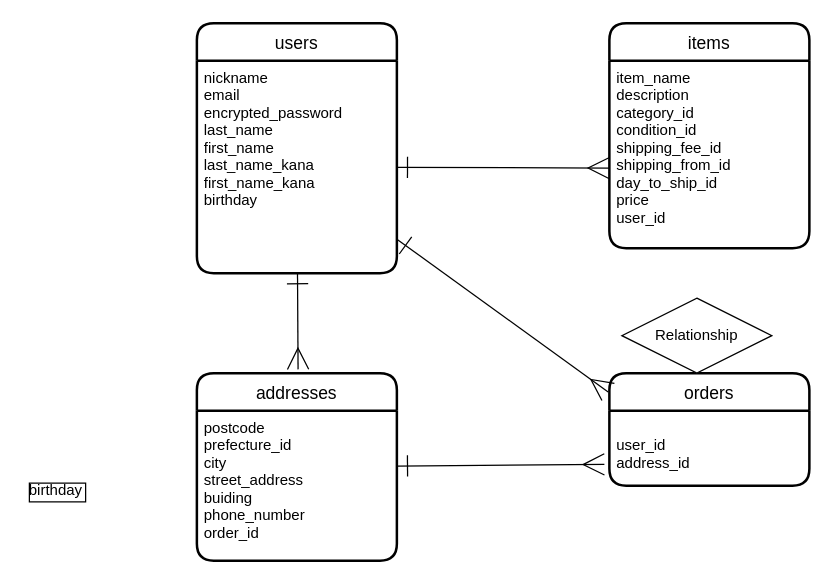
The draw.io diagram ER.dio in mayachacha/furima-39670, before the edit. Source tidied: cells renumbered, new cells numbered last; positions are measured from the earlier drawing's top-left corner, leaving out a move shared by most shapes. Both pictures are drawn from the tidied source at 125%, with x=0, y=0 at pixel (21, 22).
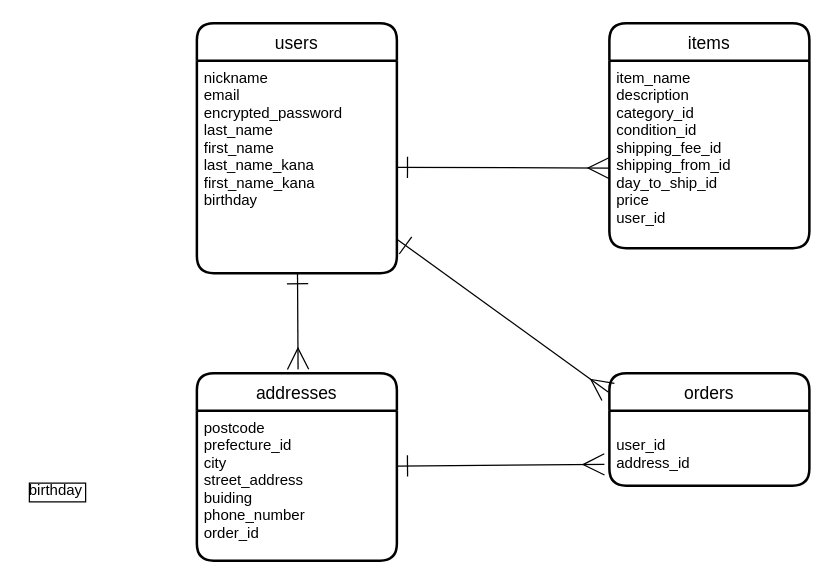
Above is the later version.

Commit message:
データベース設計

Diff of the diagram source:
```diff
@@
 <mxGraphModel>
   <root>
     <mxCell id="0" />
     <mxCell id="1" parent="0" />
     <mxCell id="2" value="birthday" style="text;strokeColor=none;fillColor=none;spacingLeft=4;spacingRight=4;overflow=hidden;fontSize=12;labelBorderColor=default;" parent="1" vertex="1">
       <mxGeometry y="360" width="140" height="30" as="geometry" />
     </mxCell>
     <mxCell id="3" value="users" style="swimlane;horizontal=1;startSize=30;rounded=1;fontSize=14;fontStyle=0;strokeWidth=2;shadow=0;dashed=0;align=center;" parent="1" vertex="1">
       <mxGeometry x="140" width="160" height="200" as="geometry" />
     </mxCell>
     <mxCell id="4" value="nickname&#10;email&#10;encrypted_password&#10;last_name&#10;first_name&#10;last_name_kana&#10;first_name_kana&#10;birthday&#10;" style="align=left;strokeColor=none;fillColor=none;spacingLeft=4;fontSize=12;verticalAlign=top;" parent="3" vertex="1">
       <mxGeometry y="30" width="160" height="170" as="geometry" />
     </mxCell>
     <mxCell id="5" style="edgeStyle=none;html=1;entryX=-0.025;entryY=0.717;entryDx=0;entryDy=0;entryPerimeter=0;startArrow=ERone;startFill=0;endArrow=ERmany;endFill=0;startSize=15;endSize=15;" parent="1" edge="1" source="6" target="9">
       <mxGeometry relative="1" as="geometry" />
     </mxCell>
     <mxCell id="6" value="addresses" style="swimlane;horizontal=1;startSize=30;rounded=1;fontSize=14;fontStyle=0;strokeWidth=2;shadow=0;dashed=0;align=center;" parent="1" vertex="1">
       <mxGeometry x="140" y="280" width="160" height="150" as="geometry" />
     </mxCell>
     <mxCell id="7" value="postcode&#10;prefecture_id&#10;city&#10;street_address&#10;buiding&#10;phone_number&#10;order_id" style="align=left;strokeColor=none;fillColor=none;spacingLeft=4;fontSize=12;verticalAlign=top;" parent="6" vertex="1">
       <mxGeometry y="30" width="160" height="120" as="geometry" />
     </mxCell>
     <mxCell id="8" value="orders" style="swimlane;horizontal=1;startSize=30;rounded=1;fontSize=14;fontStyle=0;strokeWidth=2;shadow=0;dashed=0;align=center;" parent="1" vertex="1">
       <mxGeometry x="470" y="280" width="160" height="90" as="geometry" />
     </mxCell>
     <mxCell id="9" value="&#10;user_id&#10;address_id" style="align=left;strokeColor=none;fillColor=none;spacingLeft=4;fontSize=12;verticalAlign=top;" parent="8" vertex="1">
       <mxGeometry y="30" width="160" height="60" as="geometry" />
     </mxCell>
     <mxCell id="10" value="items" style="swimlane;horizontal=1;startSize=30;rounded=1;fontSize=14;fontStyle=0;strokeWidth=2;shadow=0;dashed=0;align=center;" parent="1" vertex="1">
       <mxGeometry x="470" width="160" height="180" as="geometry" />
     </mxCell>
     <mxCell id="11" value="item_name&#10;description&#10;category_id&#10;condition_id&#10;shipping_fee_id&#10;shipping_from_id&#10;day_to_ship_id&#10;price&#10;user_id&#10;" style="align=left;strokeColor=none;fillColor=none;spacingLeft=4;fontSize=12;verticalAlign=top;" parent="10" vertex="1">
       <mxGeometry y="30" width="160" height="150" as="geometry" />
     </mxCell>
     <mxCell id="12" style="edgeStyle=none;html=1;endArrow=ERmany;endFill=0;entryX=0;entryY=0.573;entryDx=0;entryDy=0;entryPerimeter=0;endSize=15;startSize=15;startArrow=ERone;startFill=0;" parent="1" edge="1" source="4" target="11">
       <mxGeometry relative="1" as="geometry" />
     </mxCell>
     <mxCell id="13" style="edgeStyle=none;html=1;entryX=-0.006;entryY=0.167;entryDx=0;entryDy=0;entryPerimeter=0;startArrow=ERone;startFill=0;endArrow=ERmany;endFill=0;startSize=15;endSize=15;" parent="1" edge="1" source="4" target="8">
       <mxGeometry relative="1" as="geometry" />
     </mxCell>
     <mxCell id="14" style="edgeStyle=none;html=1;startArrow=ERone;startFill=0;endArrow=ERmany;endFill=0;startSize=15;endSize=15;entryX=0.506;entryY=-0.02;entryDx=0;entryDy=0;entryPerimeter=0;" parent="1" edge="1" source="4" target="6">
       <mxGeometry relative="1" as="geometry" />
     </mxCell>
-    <mxCell id="15" value="Relationship" style="shape=rhombus;perimeter=rhombusPerimeter;whiteSpace=wrap;html=1;align=center;" parent="1" vertex="1">
-      <mxGeometry x="480" y="220" width="120" height="60" as="geometry" />
-    </mxCell>
   </root>
 </mxGraphModel>
```
